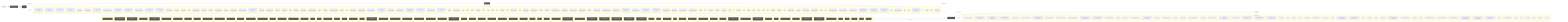
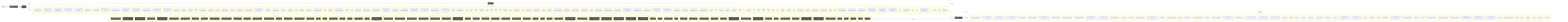
flowchart LR
  UserQ(["👤 User Query"])
  Embed["📐 Embedding Model"]
  VecDB[("📚 Vector Store")]
  Retriever["🔍 Retriever"]
  LLMNode["🧠 LLM / Generator"]
  Output(["✅ Response"])
  UserQ -->|query| Embed
  Embed -->|vector| VecDB
  VecDB -->|top-k chunks| Retriever
  Retriever -->|context + query| LLMNode
  LLMNode -->|generated answer| Output
  subgraph DetectedMemory["Detected memory stores"]
+     det_detectedmemory_check_gitbook_readiness_33bdca76[("check-gitbook-readiness")]
    det_detectedmemory_check_steering_feedback_contract_80134459[("check-steering-feedback-contract")]
    det_detectedmemory_prompt_context_drift_validate_runner_c8ecc6f5[("prompt-context-drift-validate-runner")]
    det_detectedmemory_prompt_context_drift_write_runner_69e6a4fd[("prompt-context-drift-write-runner")]
    det_detectedmemory_normalize_workflow_contracts_8701f1c8[("normalize-workflow-contracts")]
    det_detectedmemory_run_harness_evals_77704768[("run-harness-evals")]
    det_detectedmemory_sync_codex_preflight_7e7a8dc2[("sync-codex-preflight")]
    det_detectedmemory_test_harness_upgrade_matrix_84113c4e[("test-harness-upgrade-matrix")]
    det_detectedmemory_validate_prompt_context_drift_8c949ef6[("validate-prompt-context-drift")]
    det_detectedmemory_validate_runtime_packet_schemas_bc3ba8ec[("validate-runtime-packet-schemas")]
    det_detectedmemory_validate_system_prompt_gap_adoption_62d8c955[("validate-system-prompt-gap-adoption")]
    det_detectedmemory_validate_workflow_contracts_33dc063c[("validate-workflow-contracts")]
    det_detectedmemory_write_agent_native_ratchet_report_67cdbeea[("write-agent-native-ratchet-report")]
    det_detectedmemory_write_prompt_context_drift_report_71a4e149[("write-prompt-context-drift-report")]
    det_detectedmemory_branch_protect_core_a8feb0fd[("branch-protect-core")]
    det_detectedmemory_ci_migrate_core_7005b5af[("ci-migrate-core")]
    det_detectedmemory_context_health_80bb7da9[("context-health")]
    det_detectedmemory_context_ea7792a2[("context")]
    det_detectedmemory_docs_gate_classification_2f51c90b[("docs-gate-classification")]
    det_detectedmemory_docs_gate_types_d285abb6[("docs-gate-types")]
    det_detectedmemory_index_context_de3ed39d[("index-context")]
    det_detectedmemory_local_memory_preflight_dcc36c42[("local-memory-preflight")]
    det_detectedmemory_memory_gate_a577a506[("memory-gate")]
    det_detectedmemory_next_orientation_meta_3a6af72b[("next-orientation-meta")]
    det_detectedmemory_next_prompt_context_drift_3c5a93d5[("next-prompt-context-drift")]
    det_detectedmemory_next_recommendation_decisions_03315dd4[("next-recommendation-decisions")]
    det_detectedmemory_next_runner_state_be6fe997[("next-runner-state")]
    det_detectedmemory_pattern_scope_siblings_43abe000[("pattern-scope-siblings")]
    det_detectedmemory_review_context_ca6cf81d[("review-context")]
    det_detectedmemory_review_gate_core_4c8001f9[("review-gate-core")]
    det_detectedmemory_search_24193290[("search")]
    det_detectedmemory_session_context_e5ec72c0[("session-context")]
    det_detectedmemory_tooling_audit_core_328d6a41[("tooling-audit-core")]
    det_detectedmemory_run_local_memory_preflight_36e92808[("run-local-memory-preflight")]
    det_detectedmemory_checker_d2d2328e[("checker")]
    det_detectedmemory_context_health_1_ceb11829[("context-health")]
    det_detectedmemory_prompt_context_drift_surface_c1e30b42[("prompt-context-drift-surface")]
    det_detectedmemory_test_fixtures_c2f936b0[("test-fixtures")]
    det_detectedmemory_types_2_d9bc6e7a[("types")]
    det_detectedmemory_branch_protect_sync_570adb18[("branch-protect-sync")]
    det_detectedmemory_builtin_command_specs_ac7d392e[("builtin-command-specs")]
    det_detectedmemory_command_capability_rules_ca3f496a[("command-capability-rules")]
    det_detectedmemory_command_expected_artifacts_6469c2fb[("command-expected-artifacts")]
    det_detectedmemory_command_specs_core_1c0ffc99[("command-specs-core")]
    det_detectedmemory_command_visibility_rules_83c6a86a[("command-visibility-rules")]
    det_detectedmemory_local_memory_preflight_command_spec_9e23f3ce[("local-memory-preflight-command-spec")]
    det_detectedmemory_memory_gate_command_spec_dc9001a9[("memory-gate-command-spec")]
    det_detectedmemory_review_gate_command_spec_3187376a[("review-gate-command-spec")]
    det_detectedmemory_session_context_command_spec_973afbb1[("session-context-command-spec")]
    det_detectedmemory_constants_7517017f[("constants")]
    det_detectedmemory_context_compact_policy_3dcaf95d[("context-compact-policy")]
    det_detectedmemory_index_3_7e40d474[("index")]
    det_detectedmemory_indexer_70fa78e5[("indexer")]
    det_detectedmemory_init_error_5c7dd49f[("init-error")]
    det_detectedmemory_lexical_fallback_723e2b3e[("lexical-fallback")]
    det_detectedmemory_ollama_76e3c7bf[("ollama")]
    det_detectedmemory_rollout_a4fa034c[("rollout")]
    det_detectedmemory_sources_878a52fc[("sources")]
    det_detectedmemory_store_824d80d7[("store")]
    det_detectedmemory_sync_contract_c79fa191[("sync-contract")]
    det_detectedmemory_types_8_f6283648[("types")]
    det_detectedmemory_harness_run_context_ac7c77a9[("harness-run-context")]
    det_detectedmemory_index_4_013aa0e3[("index")]
    det_detectedmemory_json_schema_core_96d7e328[("json-schema-core")]
    det_detectedmemory_policy_validators_core_714a3fe7[("policy-validators-core")]
    det_detectedmemory_types_core_e405ddca[("types-core")]
    det_detectedmemory_validator_core_4358f8ba[("validator-core")]
    det_detectedmemory_archive_candidates_scanner_d0931789[("archive-candidates-scanner")]
    det_detectedmemory_archive_candidates_dc0e40e1[("archive-candidates")]
    det_detectedmemory_docs_task_eval_contract_79347457[("docs-task-eval-contract")]
    det_detectedmemory_docs_task_eval_fixtures_44902755[("docs-task-eval-fixtures")]
    det_detectedmemory_init_modes_c05ceb07[("init-modes")]
    det_detectedmemory_project_brain_templates_7ef51530[("project-brain-templates")]
    det_detectedmemory_scaffold_diagram_templates_dd88e83c[("scaffold-diagram-templates")]
    det_detectedmemory_scaffold_doc_templates_f6152330[("scaffold-doc-templates")]
    det_detectedmemory_scaffold_environment_templates_c1ceba6a[("scaffold-environment-templates")]
+     det_detectedmemory_scaffold_gitbook_templates_76afd03a[("scaffold-gitbook-templates")]
    det_detectedmemory_scaffold_hook_templates_8c74ab50[("scaffold-hook-templates")]
    det_detectedmemory_scaffold_root_command_templates_404fed7f[("scaffold-root-command-templates")]
    det_detectedmemory_scaffold_script_template_registry_69312d4e[("scaffold-script-template-registry")]
    det_detectedmemory_scaffold_shell_templates_0ad0f915[("scaffold-shell-templates")]
    det_detectedmemory_scaffold_surfaces_12d6494e[("scaffold-surfaces")]
    det_detectedmemory_scaffold_template_registry_b1cce2aa[("scaffold-template-registry")]
    det_detectedmemory_scaffold_workflow_template_92310587[("scaffold-workflow-template")]
    det_detectedmemory_eval_seed_5699fd3e[("eval-seed")]
    det_detectedmemory_index_10_f6785a46[("index")]
    det_detectedmemory_review_context_1_e3afed15[("review-context")]
    det_detectedmemory_memory_gate_1_265164ac[("memory-gate")]
    det_detectedmemory_branch_enforcer_acb749cd[("branch-enforcer")]
    det_detectedmemory_cli_args_5_09ea29f0[("cli-args")]
    det_detectedmemory_cli_7_dc4a9f7f[("cli")]
    det_detectedmemory_metrics_tracker_98cec29c[("metrics-tracker")]
    det_detectedmemory_types_20_071a0112[("types")]
    det_detectedmemory_validator_5_b19ac2be[("validator")]
    det_detectedmemory_classifier_fe1991a9[("classifier")]
    det_detectedmemory_collector_0736fd5b[("collector")]
    det_detectedmemory_context_1_2c2d8aa6[("context")]
    det_detectedmemory_types_22_f3cf4a73[("types")]
    det_detectedmemory_tooling_paths_560ac80d[("tooling-paths")]
    det_detectedmemory_claim_helpers_20dc8387[("claim-helpers")]
    det_detectedmemory_types_26_a5814179[("types")]
    det_detectedmemory_local_memory_smoke_1175abfc[("local-memory-smoke")]
    det_detectedmemory_local_memory_0db17ecc[("local-memory")]
    det_detectedmemory_performance_overload_c685bfcf[("performance-overload")]
    det_detectedmemory_suggestion_generator_0956f794[("suggestion-generator")]
    det_detectedmemory_git_head_7346fd6a[("git-head")]
    det_detectedmemory_index_12_762ec91b[("index")]
    det_detectedmemory_prompt_context_drift_builder_a451c7dd[("prompt-context-drift-builder")]
    det_detectedmemory_prompt_context_drift_report_3257a95c[("prompt-context-drift-report")]
    det_detectedmemory_prompt_context_drift_types_ba6863d4[("prompt-context-drift-types")]
    det_detectedmemory_prompt_context_drift_validation_evidence_21f0336f[("prompt-context-drift-validation-evidence")]
    det_detectedmemory_prompt_context_drift_validation_utils_2285f4ac[("prompt-context-drift-validation-utils")]
    det_detectedmemory_prompt_context_drift_validation_8fc01719[("prompt-context-drift-validation")]
    det_detectedmemory_index_13_97df39c8[("index")]
    det_detectedmemory_prompt_context_receipt_17b862b2[("prompt-context-receipt")]
    det_detectedmemory_types_33_16e22a82[("types")]
    det_detectedmemory_policy_1_fc4198db[("policy")]
    det_detectedmemory_runtime_card_codex_runtime_validation_d8ce9934[("runtime-card-codex-runtime-validation")]
    det_detectedmemory_cli_13_ae2ba749[("cli")]
    det_detectedmemory_collector_1_bc604d2a[("collector")]
    det_detectedmemory_types_36_674380ec[("types")]
    det_detectedmemory_overload_guard_2748c559[("overload-guard")]
  end
  VecDB -. "implemented by" .-> DetectedMemory
  subgraph DetectedLLM["Detected LLM clients"]
    det_detectedllm_check_codex_agent_roles_5bb2e89b["check-codex-agent-roles"]
    det_detectedllm_check_steering_feedback_contract_80134459["check-steering-feedback-contract"]
    det_detectedllm_prompt_context_drift_validate_runner_c8ecc6f5["prompt-context-drift-validate-runner"]
    det_detectedllm_prompt_context_drift_write_runner_69e6a4fd["prompt-context-drift-write-runner"]
    det_detectedllm_run_harness_evals_77704768["run-harness-evals"]
    det_detectedllm_validate_decision_request_2e5c325e["validate-decision-request"]
    det_detectedllm_validate_goal_completion_audit_receipt_100d252c["validate-goal-completion-audit-receipt"]
    det_detectedllm_validate_packaged_skill_5e32c890["validate-packaged-skill"]
    det_detectedllm_validate_prompt_context_drift_8c949ef6["validate-prompt-context-drift"]
    det_detectedllm_validate_reviewer_coverage_251efee3["validate-reviewer-coverage"]
    det_detectedllm_validate_system_prompt_gap_adoption_62d8c955["validate-system-prompt-gap-adoption"]
    det_detectedllm_write_prompt_context_drift_report_71a4e149["write-prompt-context-drift-report"]
    det_detectedllm_check_environment_core_2c16213f["check-environment-core"]
    det_detectedllm_context_ea7792a2["context"]
    det_detectedllm_index_context_de3ed39d["index-context"]
    det_detectedllm_next_prompt_context_drift_3c5a93d5["next-prompt-context-drift"]
    det_detectedllm_next_recommendation_decisions_03315dd4["next-recommendation-decisions"]
    det_detectedllm_prompt_gate_c5e9d207["prompt-gate"]
    det_detectedllm_remediate_runner_helpers_929fedcc["remediate-runner-helpers"]
    det_detectedllm_search_24193290["search"]
    det_detectedllm_context_health_1_ceb11829["context-health"]
    det_detectedllm_prompt_context_drift_surface_c1e30b42["prompt-context-drift-surface"]
    det_detectedllm_test_fixtures_c2f936b0["test-fixtures"]
    det_detectedllm_builtin_command_specs_ac7d392e["builtin-command-specs"]
    det_detectedllm_command_expected_artifacts_6469c2fb["command-expected-artifacts"]
    det_detectedllm_command_specs_core_1c0ffc99["command-specs-core"]
    det_detectedllm_pilot_evaluate_command_spec_1084ea72["pilot-evaluate-command-spec"]
    det_detectedllm_pilot_rollback_command_spec_4fe69f7d["pilot-rollback-command-spec"]
    det_detectedllm_prompt_gate_command_spec_9a941482["prompt-gate-command-spec"]
    det_detectedllm_constants_7517017f["constants"]
    det_detectedllm_index_3_7e40d474["index"]
    det_detectedllm_indexer_70fa78e5["indexer"]
    det_detectedllm_ollama_76e3c7bf["ollama"]
    det_detectedllm_sync_contract_c79fa191["sync-contract"]
    det_detectedllm_north_star_validators_cfc926ce["north-star-validators"]
    det_detectedllm_hilt_boundary_9b36fb15["hilt-boundary"]
    det_detectedllm_types_10_75e5a4a0["types"]
    det_detectedllm_goal_completion_audit_receipt_validation_9d0f4891["goal-completion-audit-receipt-validation"]
    det_detectedllm_goal_completion_audit_receipt_5e4939c3["goal-completion-audit-receipt"]
    det_detectedllm_index_5_522f772a["index"]
    det_detectedllm_constants_1_a84e15f0["constants"]
    det_detectedllm_types_18_37582e2a["types"]
    det_detectedllm_sensitive_text_7c11f760["sensitive-text"]
    det_detectedllm_pr_template_linked_issue_relationship_a7b61f2c["pr-template-linked-issue-relationship"]
    det_detectedllm_pr_template_validator_rules_20a32d6b["pr-template-validator-rules"]
    det_detectedllm_git_head_7346fd6a["git-head"]
    det_detectedllm_index_12_762ec91b["index"]
    det_detectedllm_prompt_context_drift_builder_a451c7dd["prompt-context-drift-builder"]
    det_detectedllm_prompt_context_drift_report_3257a95c["prompt-context-drift-report"]
    det_detectedllm_prompt_context_drift_types_ba6863d4["prompt-context-drift-types"]
    det_detectedllm_prompt_context_drift_validation_evidence_21f0336f["prompt-context-drift-validation-evidence"]
    det_detectedllm_prompt_context_drift_validation_utils_2285f4ac["prompt-context-drift-validation-utils"]
    det_detectedllm_prompt_context_drift_validation_8fc01719["prompt-context-drift-validation"]
    det_detectedllm_index_13_97df39c8["index"]
    det_detectedllm_prompt_context_receipt_17b862b2["prompt-context-receipt"]
    det_detectedllm_cli_args_9_9c136878["cli-args"]
    det_detectedllm_cli_12_01c06c37["cli"]
    det_detectedllm_sections_4697ef32["sections"]
    det_detectedllm_types_29_929d5a70["types"]
    det_detectedllm_validator_7_f836eb0e["validator"]
    det_detectedllm_cli_args_10_861cdd3f["cli-args"]
  end
  LLMNode -. "implemented by" .-> DetectedLLM
  subgraph DetectedTools["Agentic tool calls"]
    det_detectedtools_check_codex_agent_roles_5bb2e89b["🔧 check-codex-agent-roles"]
    det_detectedtools_check_steering_feedback_contract_80134459["🔧 check-steering-feedback-contract"]
    det_detectedtools_check_tooling_baseline_parity_3124b30a["🔧 check-tooling-baseline-parity"]
    det_detectedtools_run_harness_evals_77704768["🔧 run-harness-evals"]
    det_detectedtools_validate_action_review_receipt_fa2f06c3["🔧 validate-action-review-receipt"]
    det_detectedtools_validate_packaged_skill_5e32c890["🔧 validate-packaged-skill"]
    det_detectedtools_validate_replay_packet_f309747e["🔧 validate-replay-packet"]
    det_detectedtools_ci_migrate_core_7005b5af["🔧 ci-migrate-core"]
    det_detectedtools_doctor_checks_5a2eb2b9["🔧 doctor-checks"]
    det_detectedtools_doctor_github_tool_check_e0a938df["🔧 doctor-github-tool-check"]
    det_detectedtools_doctor_github_tool_checks_a53b0382["🔧 doctor-github-tool-checks"]
    det_detectedtools_doctor_tool_checks_4acac51a["🔧 doctor-tool-checks"]
    det_detectedtools_fleet_plan_repo_ecdc6499["🔧 fleet-plan-repo"]
    det_detectedtools_next_blocked_decisions_4140ad2b["🔧 next-blocked-decisions"]
    det_detectedtools_next_pr_closeout_contract_af31d30a["🔧 next-pr-closeout-contract"]
    det_detectedtools_policy_gate_213f7313["🔧 policy-gate"]
    det_detectedtools_remediate_cli_output_cc165396["🔧 remediate-cli-output"]
    det_detectedtools_remediate_runner_helpers_929fedcc["🔧 remediate-runner-helpers"]
    det_detectedtools_review_gate_core_4c8001f9["🔧 review-gate-core"]
    det_detectedtools_index_1bc04b52["🔧 index"]
    det_detectedtools_types_1_4ecdf56e["🔧 types"]
    det_detectedtools_validation_constants_e002a0f6["🔧 validation-constants"]
    det_detectedtools_validation_98c41dcd["🔧 validation"]
    det_detectedtools_checker_d2d2328e["🔧 checker"]
    det_detectedtools_shared_state_policy_edc9c4db["🔧 shared-state-policy"]
    det_detectedtools_cli_args_1_6144b055["🔧 cli-args"]
    det_detectedtools_command_agent_native_capability_rules_b491ef6c["🔧 command-agent-native-capability-rules"]
    det_detectedtools_command_capabilities_a4d5c71e["🔧 command-capabilities"]
    det_detectedtools_command_capability_rules_ca3f496a["🔧 command-capability-rules"]
    det_detectedtools_command_visibility_rules_83c6a86a["🔧 command-visibility-rules"]
    det_detectedtools_linear_command_actions_e430f4f4["🔧 linear-command-actions"]
    det_detectedtools_linear_command_runner_4a740dfc["🔧 linear-command-runner"]
    det_detectedtools_policy_validators_core_714a3fe7["🔧 policy-validators-core"]
    det_detectedtools_shared_state_action_validator_e7b128cd["🔧 shared-state-action-validator"]
    det_detectedtools_types_core_e405ddca["🔧 types-core"]
    det_detectedtools_validator_core_4358f8ba["🔧 validator-core"]
    det_detectedtools_validator_helpers_7b927667["🔧 validator-helpers"]
    det_detectedtools_he_phase_exit_core_1148895b["🔧 he-phase-exit-core"]
    det_detectedtools_environment_runtime_3206f0a8["🔧 environment-runtime"]
    det_detectedtools_observed_skill_usage_ed7d5930["🔧 observed-skill-usage"]
    det_detectedtools_closure_evidence_aaa31467["🔧 closure-evidence"]
    det_detectedtools_pr_creator_dc6b1ea4["🔧 pr-creator"]
    det_detectedtools_client_948fe603["🔧 client"]
    det_detectedtools_init_output_360dce91["🔧 init-output"]
    det_detectedtools_scaffold_ci_templates_2afd6392["🔧 scaffold-ci-templates"]
    det_detectedtools_scaffold_codex_environment_templates_334fbbed["🔧 scaffold-codex-environment-templates"]
    det_detectedtools_scaffold_config_templates_4b80ce53["🔧 scaffold-config-templates"]
    det_detectedtools_scaffold_environment_templates_c1ceba6a["🔧 scaffold-environment-templates"]
    det_detectedtools_scaffold_github_actions_pr_pipeline_renderer_1ee18de5["🔧 scaffold-github-actions-pr-pipeline-renderer"]
    det_detectedtools_scaffold_github_actions_pr_pipeline_template_e2b85f62["🔧 scaffold-github-actions-pr-pipeline-template"]
    det_detectedtools_scaffold_package_command_template_80e32e83["🔧 scaffold-package-command-template"]
    det_detectedtools_scaffold_release_private_npm_template_075499f8["🔧 scaffold-release-private-npm-template"]
    det_detectedtools_constants_1_a84e15f0["🔧 constants"]
    det_detectedtools_index_9_32dd4d91["🔧 index"]
    det_detectedtools_validation_common_6161e48b["🔧 validation-common"]
    det_detectedtools_cli_7_dc4a9f7f["🔧 cli"]
    det_detectedtools_metrics_tracker_98cec29c["🔧 metrics-tracker"]
    det_detectedtools_normalise_renderer_85f2e563["🔧 normalise-renderer"]
    det_detectedtools_evaluation_engine_core_e054fe49["🔧 evaluation-engine-core"]
    det_detectedtools_tooling_baseline_50ab2eeb["🔧 tooling-baseline"]
    det_detectedtools_tooling_paths_560ac80d["🔧 tooling-paths"]
    det_detectedtools_prompt_context_drift_report_3257a95c["🔧 prompt-context-drift-report"]
    det_detectedtools_prompt_context_drift_types_ba6863d4["🔧 prompt-context-drift-types"]
    det_detectedtools_prompt_context_drift_validation_utils_2285f4ac["🔧 prompt-context-drift-validation-utils"]
    det_detectedtools_replay_packet_a1293f88["🔧 replay-packet"]
    det_detectedtools_index_14_d982116c["🔧 index"]
    det_detectedtools_review_lifecycle_contract_e5447221["🔧 review-lifecycle-contract"]
    det_detectedtools_review_lifecycle_89afa64c["🔧 review-lifecycle"]
    det_detectedtools_runtime_card_codex_runtime_validation_d8ce9934["🔧 runtime-card-codex-runtime-validation"]
    det_detectedtools_runtime_card_codex_runtime_0655e230["🔧 runtime-card-codex-runtime"]
    det_detectedtools_runtime_evidence_bundle_d471a232["🔧 runtime-evidence-bundle"]
    det_detectedtools_types_38_e8efcd57["🔧 types"]
    det_detectedtools_index_17_642943a2["🔧 index"]
    det_detectedtools_projection_1b250ea1["🔧 projection"]
    det_detectedtools_types_40_c7e41f89["🔧 types"]
    det_detectedtools_validation_8_b9fa10af["🔧 validation"]
  end
  LLMNode -->|tool use| DetectedTools
  DetectedTools -->|result| LLMNode
  classDef memNode fill:#555,color:#fff
  class VecDB,Retriever memNode
  classDef llmNode fill:#555,color:#fff
  class LLMNode,Embed llmNode
  classDef toolNode fill:#555,color:#fff
  class det_detectedtools_check_codex_agent_roles_5bb2e89b,det_detectedtools_check_steering_feedback_contract_80134459,det_detectedtools_check_tooling_baseline_parity_3124b30a,det_detectedtools_run_harness_evals_77704768,det_detectedtools_validate_action_review_receipt_fa2f06c3,det_detectedtools_validate_packaged_skill_5e32c890,det_detectedtools_validate_replay_packet_f309747e,det_detectedtools_ci_migrate_core_7005b5af,det_detectedtools_doctor_checks_5a2eb2b9,det_detectedtools_doctor_github_tool_check_e0a938df,det_detectedtools_doctor_github_tool_checks_a53b0382,det_detectedtools_doctor_tool_checks_4acac51a,det_detectedtools_fleet_plan_repo_ecdc6499,det_detectedtools_next_blocked_decisions_4140ad2b,det_detectedtools_next_pr_closeout_contract_af31d30a,det_detectedtools_policy_gate_213f7313,det_detectedtools_remediate_cli_output_cc165396,det_detectedtools_remediate_runner_helpers_929fedcc,det_detectedtools_review_gate_core_4c8001f9,det_detectedtools_index_1bc04b52,det_detectedtools_types_1_4ecdf56e,det_detectedtools_validation_constants_e002a0f6,det_detectedtools_validation_98c41dcd,det_detectedtools_checker_d2d2328e,det_detectedtools_shared_state_policy_edc9c4db,det_detectedtools_cli_args_1_6144b055,det_detectedtools_command_agent_native_capability_rules_b491ef6c,det_detectedtools_command_capabilities_a4d5c71e,det_detectedtools_command_capability_rules_ca3f496a,det_detectedtools_command_visibility_rules_83c6a86a,det_detectedtools_linear_command_actions_e430f4f4,det_detectedtools_linear_command_runner_4a740dfc,det_detectedtools_policy_validators_core_714a3fe7,det_detectedtools_shared_state_action_validator_e7b128cd,det_detectedtools_types_core_e405ddca,det_detectedtools_validator_core_4358f8ba,det_detectedtools_validator_helpers_7b927667,det_detectedtools_he_phase_exit_core_1148895b,det_detectedtools_environment_runtime_3206f0a8,det_detectedtools_observed_skill_usage_ed7d5930,det_detectedtools_closure_evidence_aaa31467,det_detectedtools_pr_creator_dc6b1ea4,det_detectedtools_client_948fe603,det_detectedtools_init_output_360dce91,det_detectedtools_scaffold_ci_templates_2afd6392,det_detectedtools_scaffold_codex_environment_templates_334fbbed,det_detectedtools_scaffold_config_templates_4b80ce53,det_detectedtools_scaffold_environment_templates_c1ceba6a,det_detectedtools_scaffold_github_actions_pr_pipeline_renderer_1ee18de5,det_detectedtools_scaffold_github_actions_pr_pipeline_template_e2b85f62,det_detectedtools_scaffold_package_command_template_80e32e83,det_detectedtools_scaffold_release_private_npm_template_075499f8,det_detectedtools_constants_1_a84e15f0,det_detectedtools_index_9_32dd4d91,det_detectedtools_validation_common_6161e48b,det_detectedtools_cli_7_dc4a9f7f,det_detectedtools_metrics_tracker_98cec29c,det_detectedtools_normalise_renderer_85f2e563,det_detectedtools_evaluation_engine_core_e054fe49,det_detectedtools_tooling_baseline_50ab2eeb,det_detectedtools_tooling_paths_560ac80d,det_detectedtools_prompt_context_drift_report_3257a95c,det_detectedtools_prompt_context_drift_types_ba6863d4,det_detectedtools_prompt_context_drift_validation_utils_2285f4ac,det_detectedtools_replay_packet_a1293f88,det_detectedtools_index_14_d982116c,det_detectedtools_review_lifecycle_contract_e5447221,det_detectedtools_review_lifecycle_89afa64c,det_detectedtools_runtime_card_codex_runtime_validation_d8ce9934,det_detectedtools_runtime_card_codex_runtime_0655e230,det_detectedtools_runtime_evidence_bundle_d471a232,det_detectedtools_types_38_e8efcd57,det_detectedtools_index_17_642943a2,det_detectedtools_projection_1b250ea1,det_detectedtools_types_40_c7e41f89,det_detectedtools_validation_8_b9fa10af toolNode
